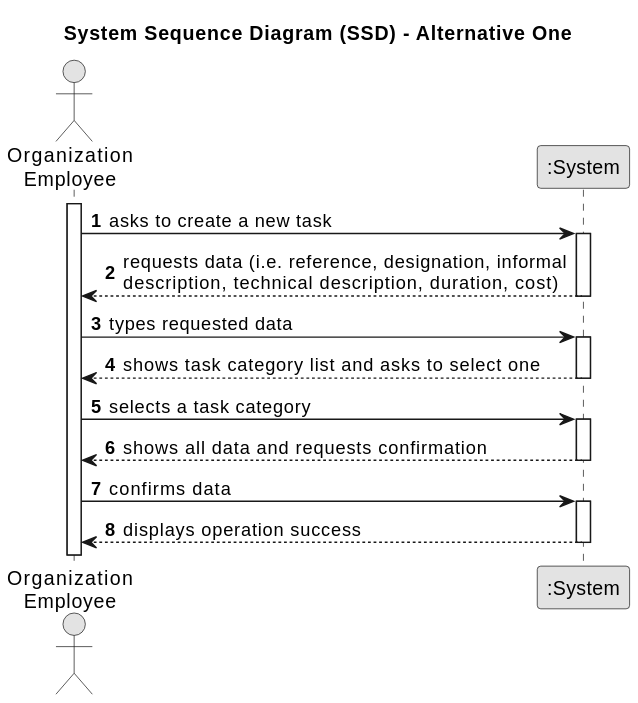
Earlier version of the PlantUML export docs/sprintA/us008/01.requirements-engineering/svg/us008-system-sequence-diagram-alternative-one.svg (1231360-ISEP/lei-24-s2-1db-g021).
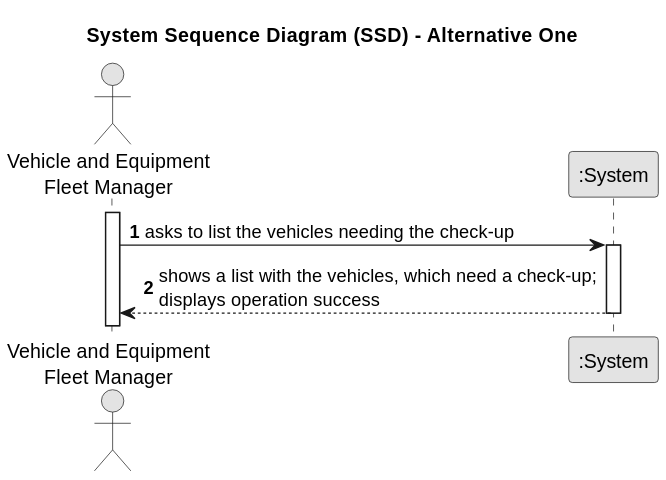
The same diagram one commit later.

Diff of the diagram source:
```diff
@@ -7,32 +7,14 @@
 
 autonumber
 
-actor "Organization\nEmployee" as Employee
+actor "Vehicle and Equipment\nFleet Manager" as Employee
 participant ":System" as System
 
 activate Employee
 
-    Employee -> System : asks to create a new task
+    Employee -> System : asks to list the vehicles needing the check-up
     activate System
 
-        System --> Employee : requests data (i.e. reference, designation, informal\ndescription, technical description, duration, cost)
-    deactivate System
-
-    Employee -> System : types requested data
-    activate System
-
-        System --> Employee : shows task category list and asks to select one
-    deactivate System
-
-    Employee -> System : selects a task category
-    activate System
-
-        System --> Employee : shows all data and requests confirmation
-    deactivate System
-
-    Employee -> System : confirms data
-    activate System
-
-        System --> Employee : displays operation success
+        System --> Employee : shows a list with the vehicles, which need a check-up;\ndisplays operation success
     deactivate System
 @enduml
```
